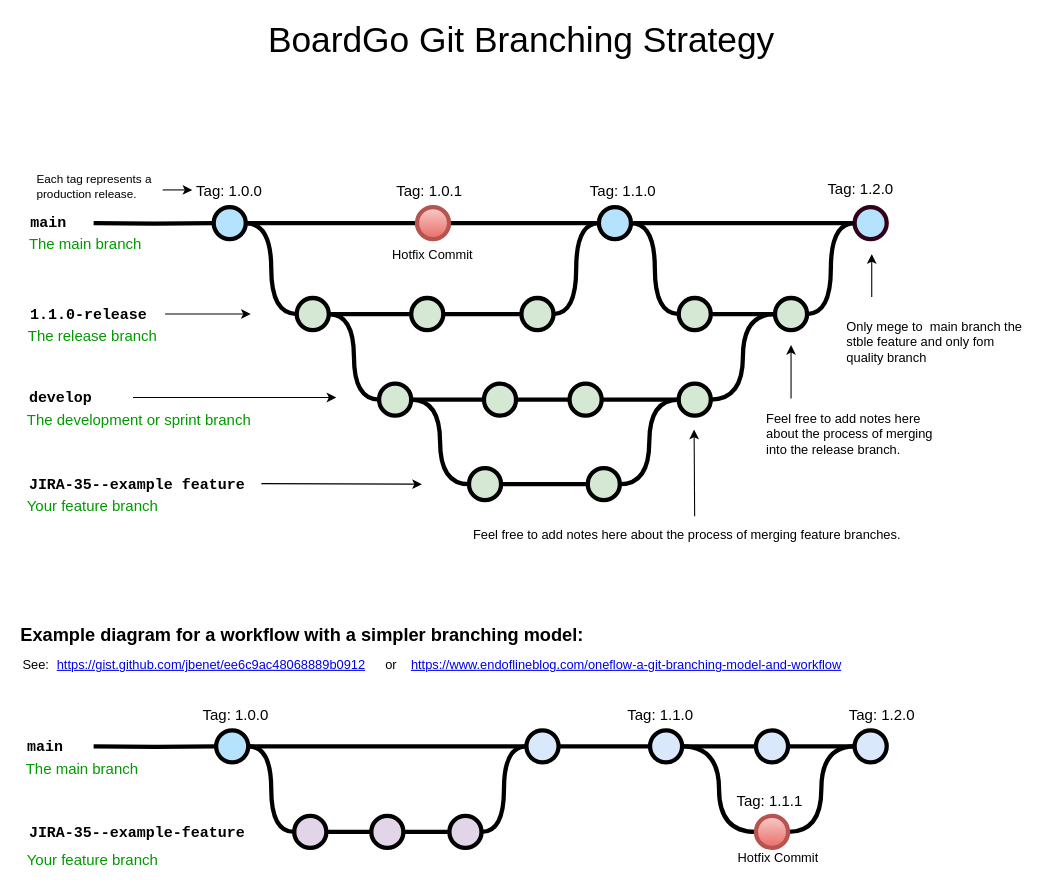
Above: Untitled Diagram.drawio in diegoVasquez600/BoardGo (draw.io), before the change. Source tidied: cells renumbered, new cells numbered last; positions are measured from the earlier drawing's top-left corner, leaving out a move shared by most shapes. Both pictures are drawn from the tidied source at 107%, with x=0, y=0 at pixel (18, 18).
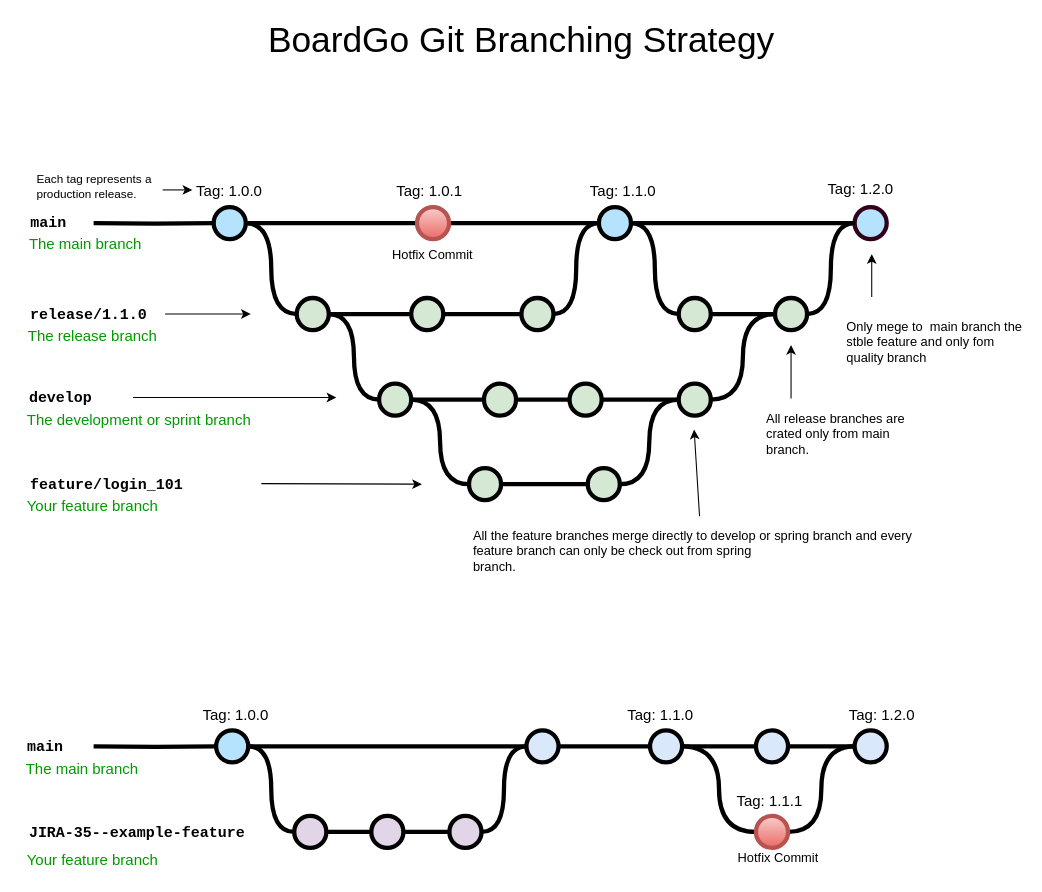
After the change.

Commit message:
Update Branchong Strategy Diagram.drawio

The edit, as a diff of the source:
```diff
@@
-    <mxCell id="18" value="1.1.0-release" style="text;html=1;strokeColor=none;fillColor=none;align=left;verticalAlign=middle;whiteSpace=wrap;overflow=hidden;fontSize=14;fontStyle=1;fontFamily=Courier New;" parent="1" vertex="1">
+    <mxCell id="18" value="release/1.1.0" style="text;html=1;strokeColor=none;fillColor=none;align=left;verticalAlign=middle;whiteSpace=wrap;overflow=hidden;fontSize=14;fontStyle=1;fontFamily=Courier New;" parent="1" vertex="1">
       <mxGeometry x="8.8" y="266" width="240" height="20" as="geometry" />
     </mxCell>
@@
-    <mxCell id="34" value="JIRA-35--example feature" style="text;html=1;strokeColor=none;fillColor=none;align=left;verticalAlign=middle;whiteSpace=wrap;overflow=hidden;fontSize=14;fontStyle=1;fontFamily=Courier New;" parent="1" vertex="1">
-      <mxGeometry x="7.5" y="425" width="240" height="20" as="geometry" />
+    <mxCell id="34" value="feature/login_101" style="text;html=1;strokeColor=none;fillColor=none;align=left;verticalAlign=middle;whiteSpace=wrap;overflow=hidden;fontSize=14;fontStyle=1;fontFamily=Courier New;" parent="1" vertex="1">
+      <mxGeometry x="8.5" y="425" width="240" height="20" as="geometry" />
     </mxCell>
@@
-    <mxCell id="51" value="&lt;span style=&quot;text-align: center&quot;&gt;Feel free to add notes here about the process of merging into the release branch.&lt;br&gt;&lt;/span&gt;" style="text;html=1;strokeColor=none;fillColor=none;align=left;verticalAlign=middle;whiteSpace=wrap;overflow=hidden;fontSize=12;fontStyle=0;fontColor=#000000;" parent="1" vertex="1">
+    <mxCell id="51" value="&lt;span style=&quot;text-align: center&quot;&gt;All release branches&amp;nbsp;are crated only from main branch.&amp;nbsp;&lt;br&gt;&lt;/span&gt;" style="text;html=1;strokeColor=none;fillColor=none;align=left;verticalAlign=middle;whiteSpace=wrap;overflow=hidden;fontSize=12;fontStyle=0;fontColor=#000000;" parent="1" vertex="1">
       <mxGeometry x="696.8" y="355" width="163.2" height="66" as="geometry" />
     </mxCell>
-    <mxCell id="52" value="&lt;div style=&quot;&quot;&gt;&lt;span&gt;Feel free to add notes here about the process of merging feature branches.&lt;/span&gt;&lt;/div&gt;" style="text;html=1;strokeColor=none;fillColor=none;align=left;verticalAlign=middle;whiteSpace=wrap;overflow=hidden;fontSize=12;fontStyle=0;fontColor=#000000;" parent="1" vertex="1">
-      <mxGeometry x="422.6" y="465" width="418.2" height="36" as="geometry" />
+    <mxCell id="52" value="&lt;div style=&quot;&quot;&gt;&lt;span&gt;All the feature branches merge directly to develop or spring branch and every feature branch can only be check out from spring&amp;nbsp;&lt;/span&gt;&lt;/div&gt;branch." style="text;html=1;strokeColor=none;fillColor=none;align=left;verticalAlign=middle;whiteSpace=wrap;overflow=hidden;fontSize=12;fontStyle=0;fontColor=#000000;" parent="1" vertex="1">
+      <mxGeometry x="422.6" y="465" width="427.4" height="65" as="geometry" />
     </mxCell>
@@
-    <mxCell id="56" value="Example diagram for a workflow with a simpler branching model:" style="text;whiteSpace=wrap;html=1;fontStyle=1;fontSize=17;" parent="1" vertex="1">
-      <mxGeometry y="560" width="542.2" height="30" as="geometry" />
-    </mxCell>
-    <mxCell id="57" value="&lt;a href=&quot;https://gist.github.com/jbenet/ee6c9ac48068889b0912&quot;&gt;https://gist.github.com/jbenet/ee6c9ac48068889b0912&lt;/a&gt;" style="text;whiteSpace=wrap;html=1;" parent="1" vertex="1">
-      <mxGeometry x="34.2" y="590" width="298" height="20" as="geometry" />
-    </mxCell>
-    <mxCell id="58" value="See:" style="text;whiteSpace=wrap;html=1;" parent="1" vertex="1">
-      <mxGeometry x="1.5" y="590" width="32.8" height="20" as="geometry" />
-    </mxCell>
@@
-    <mxCell id="87" value="&lt;a href=&quot;https://www.endoflineblog.com/oneflow-a-git-branching-model-and-workflow&quot;&gt;https://www.endoflineblog.com/oneflow-a-git-branching-model-and-workflow&lt;/a&gt;" style="text;whiteSpace=wrap;html=1;" parent="1" vertex="1">
-      <mxGeometry x="364.5" y="590" width="413.8" height="20" as="geometry" />
-    </mxCell>
-    <mxCell id="88" value="or" style="text;whiteSpace=wrap;html=1;" parent="1" vertex="1">
-      <mxGeometry x="340.6" y="590" width="11.6" height="20" as="geometry" />
-    </mxCell>
```
